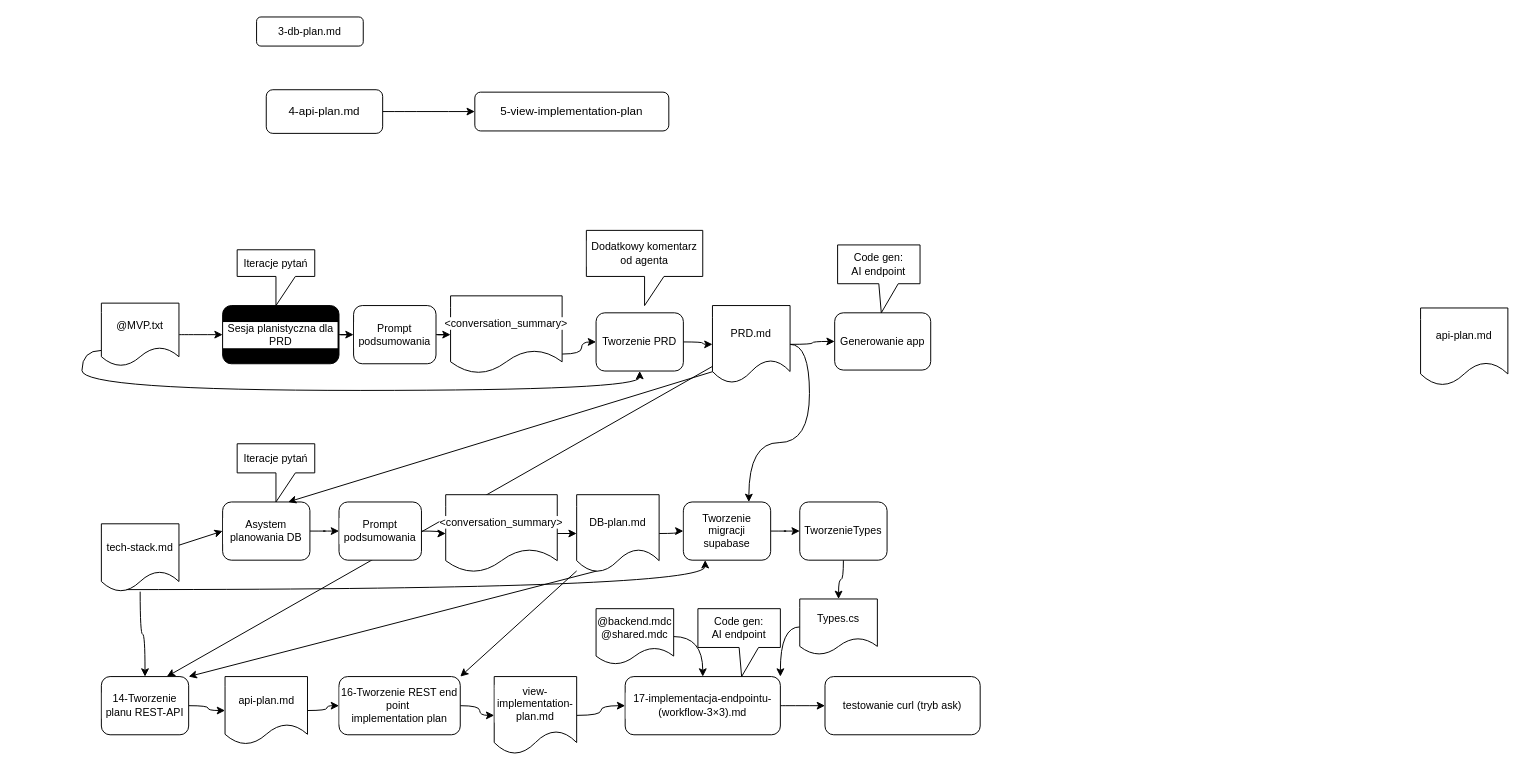
This is .other/BraveCreateFlow.drawio from Trockey/KrisBraveApp, a draw.io file, before an edit. Source tidied: cells renumbered, new cells numbered last; positions are measured from the earlier drawing's top-left corner, leaving out a move shared by most shapes. Both pictures are drawn from the tidied source at 97%, with x=0, y=0 at pixel (101, 16).
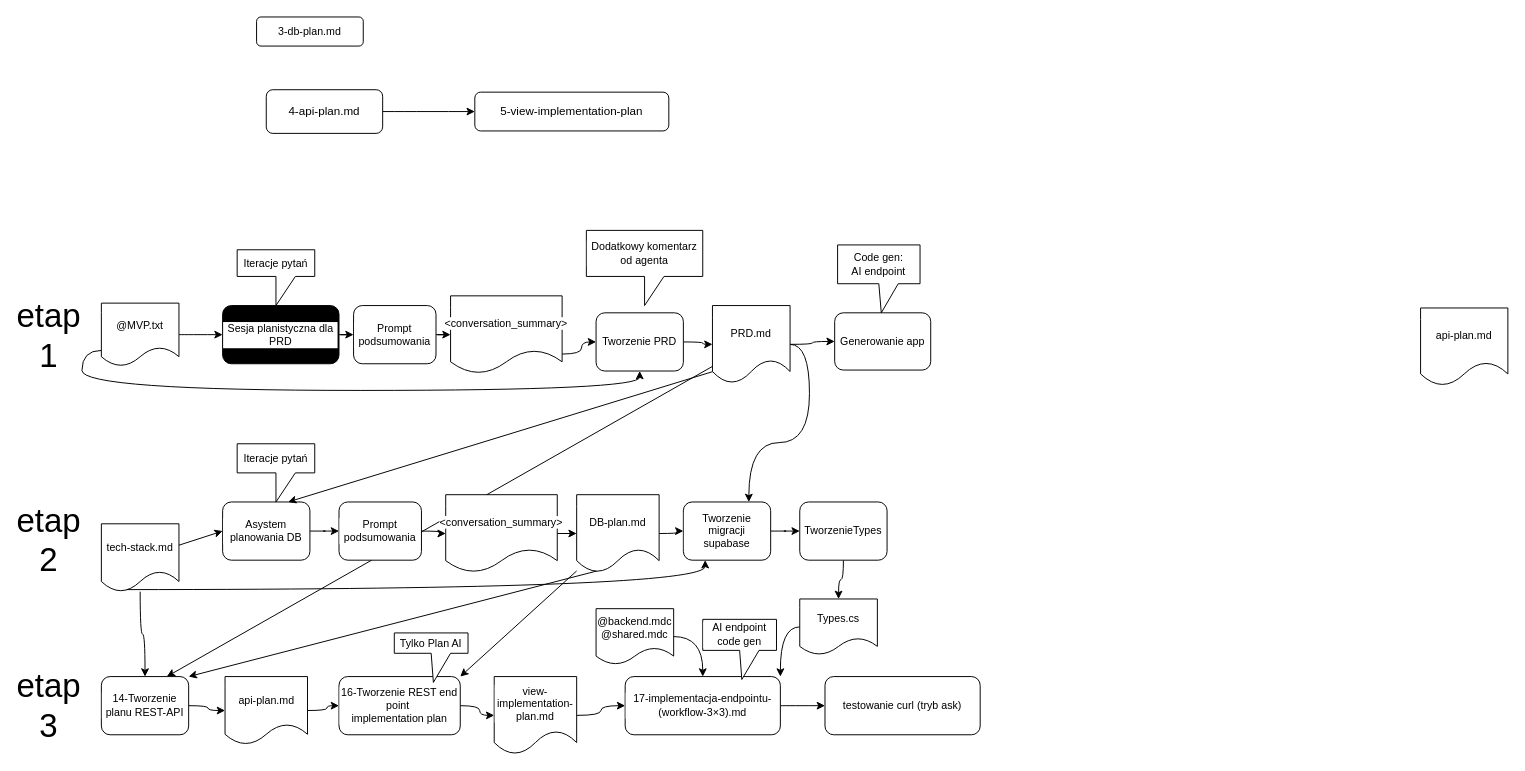
The same diagram, later.

Diff of the diagram source:
```diff
@@
-    <mxCell id="58" value="Code gen:&lt;br&gt;AI endpoint" style="shape=callout;whiteSpace=wrap;html=1;perimeter=calloutPerimeter;fontFamily=Helvetica;fontSize=11;fontColor=default;labelBackgroundColor=default;fillColor=light-dark(#FFFFFF,#CC99FF);position2=0.53;" parent="1" vertex="1">
-      <mxGeometry x="615" y="610" width="85" height="70" as="geometry" />
+    <mxCell id="58" value="AI endpoint code gen" style="shape=callout;whiteSpace=wrap;html=1;perimeter=calloutPerimeter;fontFamily=Helvetica;fontSize=11;fontColor=default;labelBackgroundColor=default;fillColor=light-dark(#FFFFFF,#CC99FF);position2=0.53;" parent="1" vertex="1">
+      <mxGeometry x="620" y="621" width="76" height="62" as="geometry" />
     </mxCell>
@@
+    <mxCell id="62" value="etap&lt;br&gt;1" style="text;html=1;whiteSpace=wrap;strokeColor=none;fillColor=none;align=center;verticalAlign=middle;rounded=0;fontFamily=Helvetica;fontSize=34;fontColor=default;labelBackgroundColor=default;" parent="1" vertex="1">
+      <mxGeometry x="-84" y="312.5" width="60" height="30" as="geometry" />
+    </mxCell>
+    <mxCell id="63" value="etap&lt;br&gt;2" style="text;html=1;whiteSpace=wrap;strokeColor=none;fillColor=none;align=center;verticalAlign=middle;rounded=0;fontFamily=Helvetica;fontSize=34;fontColor=default;labelBackgroundColor=default;" parent="1" vertex="1">
+      <mxGeometry x="-84" y="505.5" width="60" height="67" as="geometry" />
+    </mxCell>
+    <mxCell id="64" value="etap&lt;br&gt;3" style="text;html=1;whiteSpace=wrap;strokeColor=none;fillColor=none;align=center;verticalAlign=middle;rounded=0;fontFamily=Helvetica;fontSize=34;fontColor=default;labelBackgroundColor=default;" parent="1" vertex="1">
+      <mxGeometry x="-84" y="676.5" width="60" height="67" as="geometry" />
+    </mxCell>
+    <mxCell id="65" value="Tylko Plan AI" style="shape=callout;whiteSpace=wrap;html=1;perimeter=calloutPerimeter;fontFamily=Helvetica;fontSize=11;fontColor=default;labelBackgroundColor=default;fillColor=light-dark(#FFFFFF,#CC99FF);position2=0.53;" parent="1" vertex="1">
+      <mxGeometry x="302" y="635" width="76" height="51" as="geometry" />
+    </mxCell>
```
